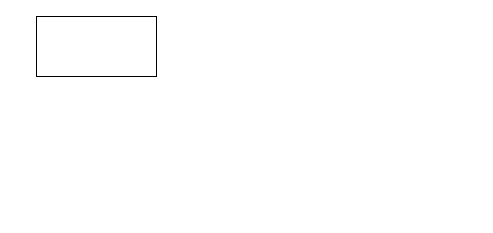
The draw.io diagram iframePostmessage.drawio in lance631/notes, before the edit. Source tidied: cells renumbered, new cells numbered last; positions are measured from the earlier drawing's top-left corner, leaving out a move shared by most shapes. Both pictures are drawn from the tidied source at 100%, with x=0, y=0 at pixel (36, 16).
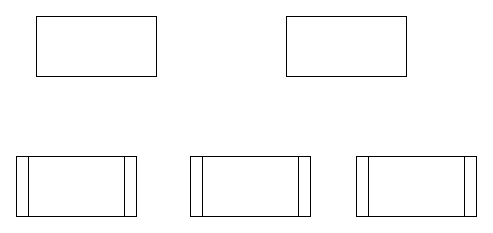
After the change.

Diff of the diagram source:
```diff
@@
 <mxGraphModel>
   <root>
     <mxCell id="0" />
     <mxCell id="1" parent="0" />
     <mxCell id="2" style="rounded=0;whiteSpace=wrap;html=1;" parent="1" vertex="1">
       <mxGeometry width="120" height="60" as="geometry" />
     </mxCell>
+    <mxCell id="3" style="rounded=0;whiteSpace=wrap;html=1;" parent="1" vertex="1">
+      <mxGeometry x="250" width="120" height="60" as="geometry" />
+    </mxCell>
+    <mxCell id="4" style="shape=process;whiteSpace=wrap;html=1;backgroundOutline=1;" parent="1" vertex="1">
+      <mxGeometry x="-20" y="140" width="120" height="60" as="geometry" />
+    </mxCell>
+    <mxCell id="5" style="shape=process;whiteSpace=wrap;html=1;backgroundOutline=1;" parent="1" vertex="1">
+      <mxGeometry x="154" y="140" width="120" height="60" as="geometry" />
+    </mxCell>
+    <mxCell id="6" style="shape=process;whiteSpace=wrap;html=1;backgroundOutline=1;" parent="1" vertex="1">
+      <mxGeometry x="320" y="140" width="120" height="60" as="geometry" />
+    </mxCell>
   </root>
 </mxGraphModel>
```
